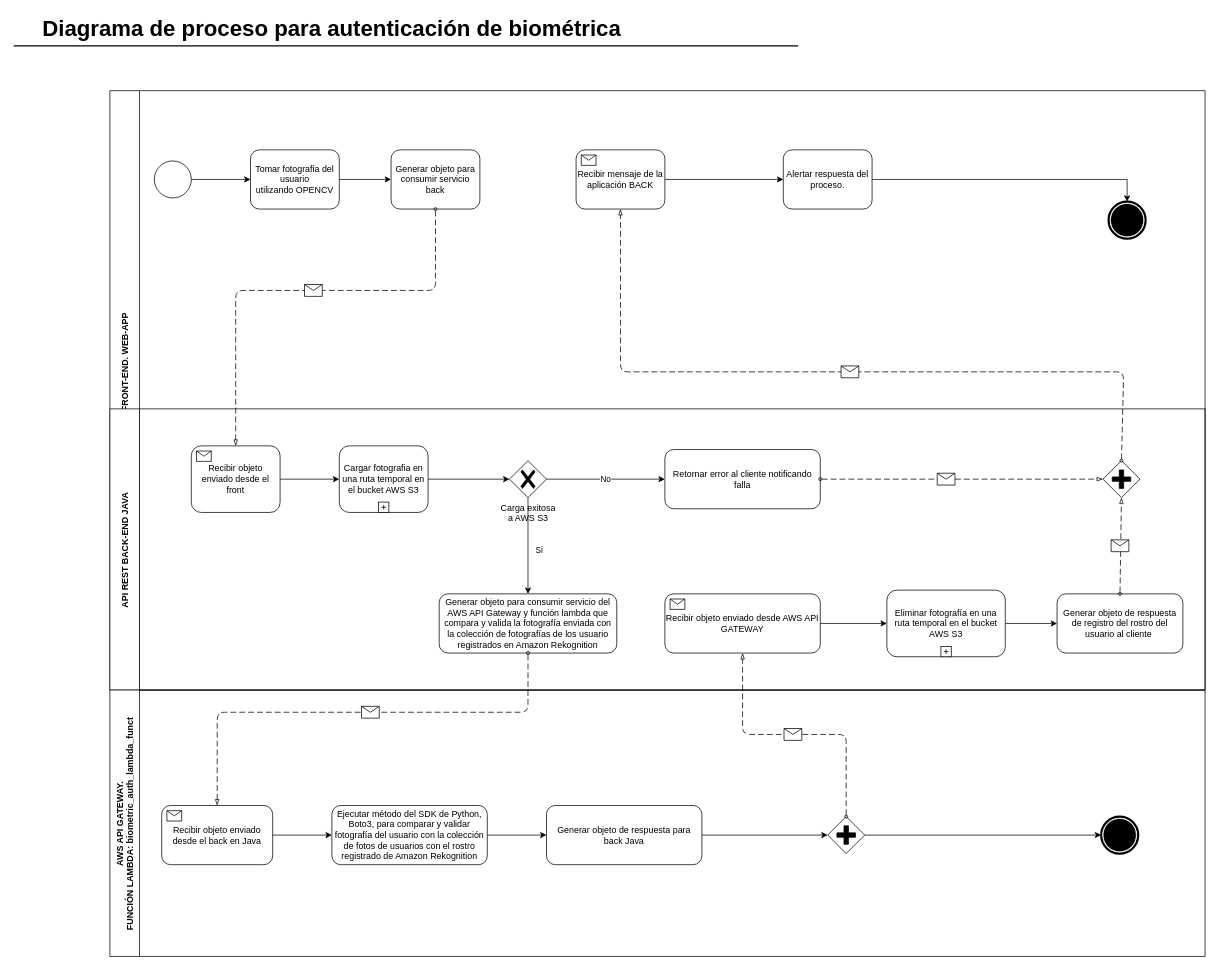
Above: DiagramaProcesoAutenticacionBiometrica.drawio in ca-milin15/proy_grado_2021_doc (draw.io), before the change. Source tidied: cells renumbered, new cells numbered last; positions are measured from the earlier drawing's top-left corner, leaving out a move shared by most shapes. Both pictures are drawn from the tidied source at 74%, with x=0, y=0 at pixel (13, 12).
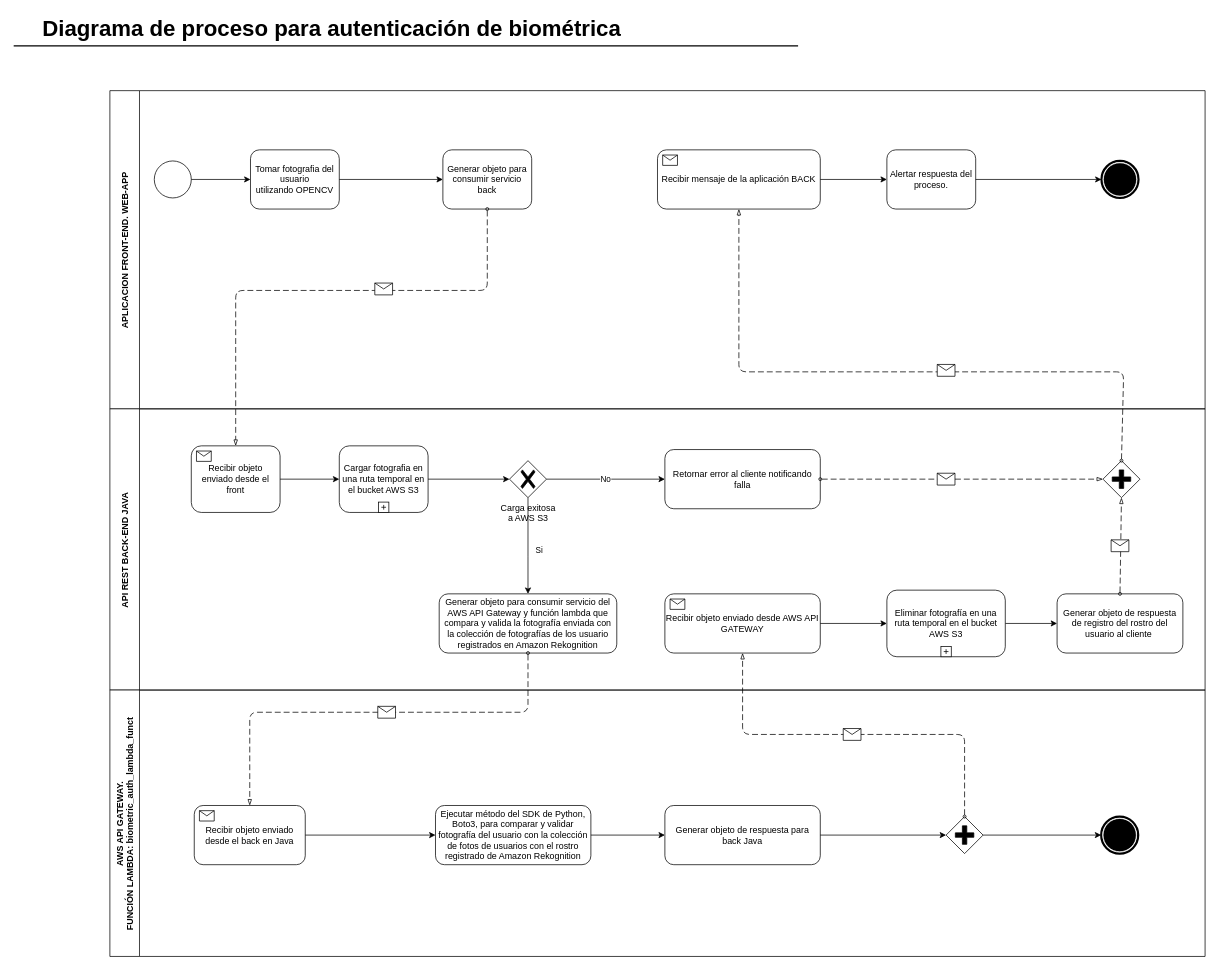
After the change.

The change refers to these unchanged cells:
```xml
<mxCell id="9" value="Recibir objeto enviado desde el front" style="html=1;whiteSpace=wrap;rounded=1;" parent="8" vertex="1">
  <mxGeometry x="110" y="50" width="120" height="90" as="geometry" />
</mxCell>
<mxCell id="19" style="points=[[0.25,0.25,0],[0.5,0,0],[0.75,0.25,0],[1,0.5,0],[0.75,0.75,0],[0.5,1,0],[0.25,0.75,0],[0,0.5,0]];shape=mxgraph.bpmn.gateway2;html=1;verticalLabelPosition=bottom;labelBackgroundColor=#ffffff;verticalAlign=top;align=center;perimeter=rhombusPerimeter;outlineConnect=0;outline=none;symbol=none;gwType=parallel;" parent="8" vertex="1">
  <mxGeometry x="1342" y="70" width="50" height="50" as="geometry" />
</mxCell>
<mxCell id="22" value="Generar objeto para consumir servicio del AWS API Gateway y función lambda que compara y valida la fotografía enviada con la colección de fotografías de los usuario registrados en Amazon Rekognition" style="shape=ext;rounded=1;html=1;whiteSpace=wrap;" parent="8" vertex="1">
  <mxGeometry x="445" y="250" width="240" height="80" as="geometry" />
</mxCell>
<mxCell id="23" value="Recibir objeto enviado desde AWS API GATEWAY" style="html=1;whiteSpace=wrap;rounded=1;" parent="8" vertex="1">
  <mxGeometry x="750" y="250" width="210" height="80" as="geometry" />
</mxCell>
<mxCell id="38" value="Tomar fotografia del usuario&lt;br&gt;&amp;nbsp;utilizando OPENCV&amp;nbsp;" style="shape=ext;rounded=1;html=1;whiteSpace=wrap;" parent="6" vertex="1">
  <mxGeometry x="190" y="80" width="120" height="80" as="geometry" />
</mxCell>
<mxCell id="42" value="AWS API GATEWAY. &#10;FUNCIÓN LAMBDA: biometric_auth_lambda_funct" style="swimlane;horizontal=0;startSize=40;" parent="1" vertex="1">
  <mxGeometry x="130" y="916" width="1480" height="360" as="geometry" />
</mxCell>
```

Diff of the diagram source:
```diff
@@
-    <mxCell id="2" value="Recibir mensaje de la aplicación BACK" style="html=1;whiteSpace=wrap;rounded=1;" parent="1" vertex="1">
-      <mxGeometry x="760" y="186" width="120" height="80" as="geometry" />
-    </mxCell>
-    <mxCell id="3" style="html=1;shape=message;" parent="2" vertex="1">
-      <mxGeometry width="20" height="14" relative="1" as="geometry">
-        <mxPoint x="7" y="7" as="offset" />
-      </mxGeometry>
-    </mxCell>
-    <mxCell id="4" style="edgeStyle=orthogonalEdgeStyle;rounded=0;html=1;jettySize=auto;" parent="1" edge="1" source="38">
-      <mxGeometry relative="1" as="geometry">
-        <mxPoint x="510" y="226" as="targetPoint" />
-      </mxGeometry>
-    </mxCell>
-    <mxCell id="5" style="edgeStyle=orthogonalEdgeStyle;rounded=0;html=1;jettySize=auto;entryX=0;entryY=0.5;entryDx=0;entryDy=0;" parent="1" edge="1" source="2" target="35">
-      <mxGeometry relative="1" as="geometry" />
-    </mxCell>
     <mxCell id="6" value="APLICACION FRONT-END. WEB-APP" style="swimlane;horizontal=0;startSize=40;" parent="1" vertex="1">
-      <mxGeometry x="130" y="106" width="1480" height="810" as="geometry" />
+      <mxGeometry x="130" y="106" width="1480" height="430" as="geometry" />
     </mxCell>
     <mxCell id="7" value="Generar objeto para consumir servicio back" style="shape=ext;rounded=1;html=1;whiteSpace=wrap;" parent="6" vertex="1">
-      <mxGeometry x="380" y="80" width="120" height="80" as="geometry" />
+      <mxGeometry x="450" y="80" width="120" height="80" as="geometry" />
     </mxCell>
@@
     <mxCell id="32" style="endArrow=blockThin;html=1;labelPosition=left;verticalLabelPosition=middle;align=right;verticalAlign=middle;dashed=1;dashPattern=8 4;endFill=0;startArrow=oval;startFill=0;endSize=6;startSize=4;exitX=0.5;exitY=1;exitDx=0;exitDy=0;entryX=0.5;entryY=0;entryDx=0;entryDy=0;" parent="6" edge="1" source="7" target="9">
       <mxGeometry relative="1" as="geometry">
         <Array as="points">
-          <mxPoint x="440" y="270" />
+          <mxPoint x="510" y="270" />
           <mxPoint x="170" y="270" />
         </Array>
       </mxGeometry>
     </mxCell>
     <mxCell id="33" style="shape=message;html=1;labelPosition=left;verticalLabelPosition=middle;align=right;verticalAlign=middle;spacingRight=5;labelBackgroundColor=#ffffff;" parent="32" vertex="1">
       <mxGeometry width="24" height="16" relative="1" as="geometry">
-        <mxPoint x="8" y="-8" as="offset" />
+        <mxPoint x="68" y="-10" as="offset" />
       </mxGeometry>
     </mxCell>
     <mxCell id="34" style="points=[[0.145,0.145,0],[0.5,0,0],[0.855,0.145,0],[1,0.5,0],[0.855,0.855,0],[0.5,1,0],[0.145,0.855,0],[0,0.5,0]];shape=mxgraph.bpmn.event;html=1;verticalLabelPosition=bottom;labelBackgroundColor=#ffffff;verticalAlign=top;align=center;perimeter=ellipsePerimeter;outlineConnect=0;outline=end;symbol=terminate;" parent="6" vertex="1">
-      <mxGeometry x="1349.6" y="150" width="50" height="50" as="geometry" />
+      <mxGeometry x="1340" y="95" width="50" height="50" as="geometry" />
     </mxCell>
     <mxCell id="35" value="Alertar respuesta del proceso." style="shape=ext;rounded=1;html=1;whiteSpace=wrap;" parent="6" vertex="1">
-      <mxGeometry x="910" y="80" width="120" height="80" as="geometry" />
+      <mxGeometry x="1050" y="80" width="120" height="80" as="geometry" />
     </mxCell>
-    <mxCell id="36" style="edgeStyle=orthogonalEdgeStyle;rounded=0;html=1;jettySize=auto;exitX=1;exitY=0.5;exitDx=0;exitDy=0;entryX=0.5;entryY=0;entryDx=0;entryDy=0;entryPerimeter=0;" parent="6" edge="1" source="35" target="34">
+    <mxCell id="36" style="edgeStyle=orthogonalEdgeStyle;rounded=0;html=1;jettySize=auto;exitX=1;exitY=0.5;exitDx=0;exitDy=0;entryX=0;entryY=0.5;entryDx=0;entryDy=0;entryPerimeter=0;" parent="6" edge="1" source="35" target="34">
       <mxGeometry relative="1" as="geometry" />
     </mxCell>
@@
+    <mxCell id="2" value="Recibir mensaje de la aplicación BACK" style="html=1;whiteSpace=wrap;rounded=1;" parent="6" vertex="1">
+      <mxGeometry x="740" y="80" width="220" height="80" as="geometry" />
+    </mxCell>
+    <mxCell id="3" style="html=1;shape=message;" parent="2" vertex="1">
+      <mxGeometry width="20" height="14" relative="1" as="geometry">
+        <mxPoint x="7" y="7" as="offset" />
+      </mxGeometry>
+    </mxCell>
+    <mxCell id="5" style="edgeStyle=orthogonalEdgeStyle;rounded=0;html=1;jettySize=auto;entryX=0;entryY=0.5;entryDx=0;entryDy=0;" parent="6" edge="1" source="2" target="35">
+      <mxGeometry relative="1" as="geometry" />
+    </mxCell>
-    <mxCell id="40" style="endArrow=blockThin;html=1;labelPosition=left;verticalLabelPosition=middle;align=right;verticalAlign=middle;dashed=1;dashPattern=8 4;endFill=0;startArrow=oval;startFill=0;endSize=6;startSize=4;exitX=0.5;exitY=0;exitDx=0;exitDy=0;exitPerimeter=0;entryX=0.5;entryY=1;entryDx=0;entryDy=0;" parent="1" edge="1" source="19" target="2">
+    <mxCell id="40" style="endArrow=blockThin;html=1;labelPosition=left;verticalLabelPosition=middle;align=right;verticalAlign=middle;dashed=1;dashPattern=8 4;endFill=0;startArrow=oval;startFill=0;endSize=6;startSize=4;exitX=0.5;exitY=0;exitDx=0;exitDy=0;exitPerimeter=0;entryX=0.5;entryY=1;entryDx=0;entryDy=0;" parent="6" edge="1" source="19" target="2">
       <mxGeometry relative="1" as="geometry">
         <Array as="points">
-          <mxPoint x="1500" y="486" />
-          <mxPoint x="820" y="486" />
+          <mxPoint x="1370" y="380" />
+          <mxPoint x="850" y="380" />
         </Array>
       </mxGeometry>
     </mxCell>
     <mxCell id="41" style="shape=message;html=1;labelPosition=left;verticalLabelPosition=middle;align=right;verticalAlign=middle;spacingRight=5;labelBackgroundColor=#ffffff;" parent="40" vertex="1">
       <mxGeometry width="24" height="16" relative="1" as="geometry">
-        <mxPoint x="8" y="-8" as="offset" />
+        <mxPoint x="58" y="-10" as="offset" />
       </mxGeometry>
     </mxCell>
+    <mxCell id="4" style="edgeStyle=orthogonalEdgeStyle;rounded=0;html=1;jettySize=auto;entryX=0;entryY=0.5;entryDx=0;entryDy=0;" parent="6" edge="1" source="38" target="7">
+      <mxGeometry relative="1" as="geometry" />
+    </mxCell>
@@
     <mxCell id="43" value="Recibir objeto enviado desde el back en Java" style="html=1;whiteSpace=wrap;rounded=1;" parent="42" vertex="1">
-      <mxGeometry x="70" y="156" width="150" height="80" as="geometry" />
+      <mxGeometry x="114" y="156" width="150" height="80" as="geometry" />
     </mxCell>
@@
     <mxCell id="45" value="Ejecutar método del SDK de Python, Boto3, para comparar y validar fotografía del usuario con la colección de fotos de usuarios con el rostro registrado de Amazon Rekognition" style="shape=ext;rounded=1;html=1;whiteSpace=wrap;" parent="42" vertex="1">
-      <mxGeometry x="300" y="156" width="210" height="80" as="geometry" />
+      <mxGeometry x="440" y="156" width="210" height="80" as="geometry" />
     </mxCell>
@@
     <mxCell id="47" value="Generar objeto de respuesta para back Java" style="shape=ext;rounded=1;html=1;whiteSpace=wrap;" parent="42" vertex="1">
-      <mxGeometry x="590" y="156" width="210" height="80" as="geometry" />
+      <mxGeometry x="750" y="156" width="210" height="80" as="geometry" />
     </mxCell>
@@
     <mxCell id="49" style="points=[[0.25,0.25,0],[0.5,0,0],[0.75,0.25,0],[1,0.5,0],[0.75,0.75,0],[0.5,1,0],[0.25,0.75,0],[0,0.5,0]];shape=mxgraph.bpmn.gateway2;html=1;verticalLabelPosition=bottom;labelBackgroundColor=#ffffff;verticalAlign=top;align=center;perimeter=rhombusPerimeter;outlineConnect=0;outline=none;symbol=none;gwType=parallel;" parent="42" vertex="1">
-      <mxGeometry x="970" y="171" width="50" height="50" as="geometry" />
+      <mxGeometry x="1130" y="171" width="50" height="50" as="geometry" />
     </mxCell>
@@
     <mxCell id="53" style="endArrow=blockThin;html=1;labelPosition=left;verticalLabelPosition=middle;align=right;verticalAlign=middle;dashed=1;dashPattern=8 4;endFill=0;startArrow=oval;startFill=0;endSize=6;startSize=4;entryX=0.5;entryY=0;entryDx=0;entryDy=0;exitX=0.5;exitY=1;exitDx=0;exitDy=0;" parent="1" edge="1" source="22" target="43">
       <mxGeometry relative="1" as="geometry">
         <Array as="points">
           <mxPoint x="695" y="946" />
-          <mxPoint x="275" y="946" />
+          <mxPoint x="319" y="946" />
         </Array>
       </mxGeometry>
     </mxCell>
@@
     <mxCell id="55" style="endArrow=blockThin;html=1;labelPosition=left;verticalLabelPosition=middle;align=right;verticalAlign=middle;dashed=1;dashPattern=8 4;endFill=0;startArrow=oval;startFill=0;endSize=6;startSize=4;entryX=0.5;entryY=1;entryDx=0;entryDy=0;exitX=0.5;exitY=0;exitDx=0;exitDy=0;exitPerimeter=0;" parent="1" edge="1" source="49" target="23">
       <mxGeometry relative="1" as="geometry">
         <Array as="points">
-          <mxPoint x="1125" y="976" />
+          <mxPoint x="1285" y="976" />
           <mxPoint x="985" y="976" />
         </Array>
       </mxGeometry>
     </mxCell>
```
